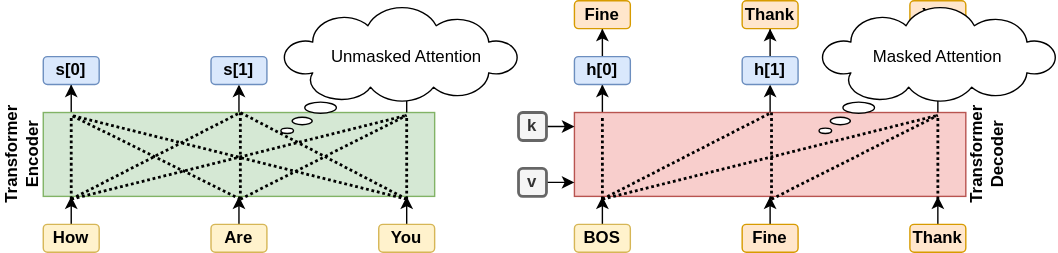
Before: masked_attention.svg, a diagram exported from draw.io (yyhtbs-yye/course_images). Source tidied: cells renumbered, new cells last; positions are measured from the earlier drawing's top-left corner, leaving out a move shared by most shapes. Source of this version:
```xml
<mxGraphModel>
  <root>
    <mxCell id="0" />
    <mxCell id="1" parent="0" />
    <mxCell id="2" style="edgeStyle=orthogonalEdgeStyle;rounded=0;jettySize=auto;html=1;" parent="1" edge="1" target="6">
      <mxGeometry relative="1" as="geometry">
        <mxPoint x="50" y="80" as="sourcePoint" />
      </mxGeometry>
    </mxCell>
    <mxCell id="3" style="edgeStyle=orthogonalEdgeStyle;rounded=0;jettySize=auto;html=1;entryX=0.5;entryY=1;entryDx=0;entryDy=0;" parent="1" edge="1" target="7">
      <mxGeometry relative="1" as="geometry">
        <mxPoint x="170" y="80" as="sourcePoint" />
      </mxGeometry>
    </mxCell>
    <mxCell id="4" style="rounded=0;whiteSpace=wrap;html=1;fillColor=#d5e8d4;strokeColor=#82b366;fontStyle=1;" parent="1" vertex="1">
      <mxGeometry x="30" y="80" width="280" height="60" as="geometry" />
    </mxCell>
    <mxCell id="5" style="edgeStyle=orthogonalEdgeStyle;rounded=0;jettySize=auto;html=1;" parent="1" edge="1" target="8">
      <mxGeometry relative="1" as="geometry">
        <mxPoint x="290" y="80" as="sourcePoint" />
      </mxGeometry>
    </mxCell>
    <mxCell id="6" value="s[0]" style="rounded=1;whiteSpace=wrap;html=1;fillColor=#dae8fc;strokeColor=#6c8ebf;fontStyle=1;" parent="1" vertex="1">
      <mxGeometry x="30" y="40" width="40" height="20" as="geometry" />
    </mxCell>
    <mxCell id="7" value="s[1]" style="rounded=1;whiteSpace=wrap;html=1;fillColor=#dae8fc;strokeColor=#6c8ebf;fontStyle=1;" parent="1" vertex="1">
      <mxGeometry x="150" y="40" width="40" height="20" as="geometry" />
    </mxCell>
    <mxCell id="8" value="s[2]" style="rounded=1;whiteSpace=wrap;html=1;fillColor=#dae8fc;strokeColor=#6c8ebf;fontStyle=1;" parent="1" vertex="1">
      <mxGeometry x="270" y="40" width="40" height="20" as="geometry" />
    </mxCell>
    <mxCell id="9" style="edgeStyle=orthogonalEdgeStyle;rounded=0;jettySize=auto;html=1;" parent="1" edge="1" source="10">
      <mxGeometry relative="1" as="geometry">
        <mxPoint x="50" y="140" as="targetPoint" />
      </mxGeometry>
    </mxCell>
    <mxCell id="10" value="How" style="rounded=1;whiteSpace=wrap;html=1;fillColor=#fff2cc;strokeColor=#d6b656;fontStyle=1;" parent="1" vertex="1">
      <mxGeometry x="30" y="160" width="40" height="20" as="geometry" />
    </mxCell>
    <mxCell id="11" style="edgeStyle=orthogonalEdgeStyle;rounded=0;jettySize=auto;html=1;" parent="1" edge="1" source="12" target="4">
      <mxGeometry relative="1" as="geometry" />
    </mxCell>
    <mxCell id="12" value="Are" style="rounded=1;whiteSpace=wrap;html=1;fillColor=#fff2cc;strokeColor=#d6b656;fontStyle=1;" parent="1" vertex="1">
      <mxGeometry x="150" y="160" width="40" height="20" as="geometry" />
    </mxCell>
    <mxCell id="13" style="edgeStyle=orthogonalEdgeStyle;rounded=0;jettySize=auto;html=1;" parent="1" edge="1" source="14">
      <mxGeometry relative="1" as="geometry">
        <mxPoint x="290" y="140" as="targetPoint" />
      </mxGeometry>
    </mxCell>
    <mxCell id="14" value="You" style="rounded=1;whiteSpace=wrap;html=1;fillColor=#fff2cc;strokeColor=#d6b656;fontStyle=1;" parent="1" vertex="1">
      <mxGeometry x="270" y="160" width="40" height="20" as="geometry" />
    </mxCell>
    <mxCell id="15" style="edgeStyle=orthogonalEdgeStyle;rounded=0;jettySize=auto;html=1;" parent="1" edge="1" target="20">
      <mxGeometry relative="1" as="geometry">
        <mxPoint x="430" y="80" as="sourcePoint" />
      </mxGeometry>
    </mxCell>
    <mxCell id="16" style="edgeStyle=orthogonalEdgeStyle;rounded=0;jettySize=auto;html=1;entryX=0.5;entryY=1;entryDx=0;entryDy=0;" parent="1" edge="1" target="22">
      <mxGeometry relative="1" as="geometry">
        <mxPoint x="550" y="80" as="sourcePoint" />
      </mxGeometry>
    </mxCell>
    <mxCell id="17" style="rounded=0;whiteSpace=wrap;html=1;fillColor=#f8cecc;strokeColor=#b85450;fontStyle=1;" parent="1" vertex="1">
      <mxGeometry x="410" y="80" width="280" height="60" as="geometry" />
    </mxCell>
    <mxCell id="18" style="edgeStyle=orthogonalEdgeStyle;rounded=0;jettySize=auto;html=1;" parent="1" edge="1" target="24">
      <mxGeometry relative="1" as="geometry">
        <mxPoint x="670" y="80" as="sourcePoint" />
      </mxGeometry>
    </mxCell>
    <mxCell id="19" style="edgeStyle=orthogonalEdgeStyle;rounded=0;jettySize=auto;html=1;" parent="1" edge="1" source="20" target="31">
      <mxGeometry relative="1" as="geometry" />
    </mxCell>
    <mxCell id="20" value="h[0]" style="rounded=1;whiteSpace=wrap;html=1;fillColor=#dae8fc;strokeColor=#6c8ebf;fontStyle=1;" parent="1" vertex="1">
      <mxGeometry x="410" y="40" width="40" height="20" as="geometry" />
    </mxCell>
    <mxCell id="21" style="edgeStyle=orthogonalEdgeStyle;rounded=0;jettySize=auto;html=1;entryX=0.5;entryY=1;entryDx=0;entryDy=0;" parent="1" edge="1" source="22" target="32">
      <mxGeometry relative="1" as="geometry" />
    </mxCell>
    <mxCell id="22" value="h[1]" style="rounded=1;whiteSpace=wrap;html=1;fillColor=#dae8fc;strokeColor=#6c8ebf;fontStyle=1;" parent="1" vertex="1">
      <mxGeometry x="530" y="40" width="40" height="20" as="geometry" />
    </mxCell>
    <mxCell id="23" style="edgeStyle=orthogonalEdgeStyle;rounded=0;jettySize=auto;html=1;" parent="1" edge="1" source="24" target="33">
      <mxGeometry relative="1" as="geometry" />
    </mxCell>
    <mxCell id="24" value="h[2]" style="rounded=1;whiteSpace=wrap;html=1;fillColor=#dae8fc;strokeColor=#6c8ebf;fontStyle=1;" parent="1" vertex="1">
      <mxGeometry x="650" y="40" width="40" height="20" as="geometry" />
    </mxCell>
    <mxCell id="25" style="edgeStyle=orthogonalEdgeStyle;rounded=0;orthogonalLoop=1;jettySize=auto;html=1;" parent="1" edge="1">
      <mxGeometry relative="1" as="geometry">
        <mxPoint x="430" y="160" as="sourcePoint" />
        <mxPoint x="430" y="140" as="targetPoint" />
      </mxGeometry>
    </mxCell>
    <mxCell id="26" style="edgeStyle=orthogonalEdgeStyle;rounded=0;jettySize=auto;html=1;" parent="1" edge="1" target="17">
      <mxGeometry relative="1" as="geometry">
        <mxPoint x="550" y="160" as="sourcePoint" />
      </mxGeometry>
    </mxCell>
    <mxCell id="27" style="edgeStyle=orthogonalEdgeStyle;rounded=0;orthogonalLoop=1;jettySize=auto;html=1;" parent="1" edge="1">
      <mxGeometry relative="1" as="geometry">
        <mxPoint x="670" y="160" as="sourcePoint" />
        <mxPoint x="670" y="140" as="targetPoint" />
      </mxGeometry>
    </mxCell>
    <mxCell id="28" value="BOS" style="rounded=1;whiteSpace=wrap;html=1;fillColor=#fff2cc;strokeColor=#d6b656;fontStyle=1;" parent="1" vertex="1">
      <mxGeometry x="410" y="160" width="40" height="20" as="geometry" />
    </mxCell>
    <mxCell id="29" value="Fine" style="rounded=1;whiteSpace=wrap;html=1;fillColor=#ffe6cc;strokeColor=#d79b00;fontStyle=1;" parent="1" vertex="1">
      <mxGeometry x="530" y="160" width="40" height="20" as="geometry" />
    </mxCell>
    <mxCell id="30" value="Thank" style="rounded=1;whiteSpace=wrap;html=1;fillColor=#ffe6cc;strokeColor=#d79b00;fontStyle=1;" parent="1" vertex="1">
      <mxGeometry x="650" y="160" width="40" height="20" as="geometry" />
    </mxCell>
    <mxCell id="31" value="Fine" style="rounded=1;whiteSpace=wrap;html=1;fillColor=#ffe6cc;strokeColor=#d79b00;fontStyle=1;" parent="1" vertex="1">
      <mxGeometry x="410" width="40" height="20" as="geometry" />
    </mxCell>
    <mxCell id="32" value="Thank" style="rounded=1;whiteSpace=wrap;html=1;fillColor=#ffe6cc;strokeColor=#d79b00;fontStyle=1;" parent="1" vertex="1">
      <mxGeometry x="530" width="40" height="20" as="geometry" />
    </mxCell>
    <mxCell id="33" value="You" style="rounded=1;whiteSpace=wrap;html=1;fillColor=#ffe6cc;strokeColor=#d79b00;fontStyle=1;" parent="1" vertex="1">
      <mxGeometry x="650" width="40" height="20" as="geometry" />
    </mxCell>
    <mxCell id="34" value="Transformer Encoder" style="text;html=1;strokeColor=none;fillColor=none;align=center;verticalAlign=middle;whiteSpace=wrap;rounded=0;horizontal=0;fontStyle=1;" parent="1" vertex="1">
      <mxGeometry y="80" width="30" height="60" as="geometry" />
    </mxCell>
    <mxCell id="35" value="Transformer Decoder" style="text;html=1;strokeColor=none;fillColor=none;align=center;verticalAlign=middle;whiteSpace=wrap;rounded=0;horizontal=0;fontStyle=1;" parent="1" vertex="1">
      <mxGeometry x="690" y="80" width="30" height="60" as="geometry" />
    </mxCell>
    <mxCell id="36" style="endArrow=none;dashed=1;html=1;dashPattern=1 1;strokeWidth=2;rounded=0;" parent="1" edge="1">
      <mxGeometry relative="1" as="geometry">
        <mxPoint x="50" y="142" as="sourcePoint" />
        <mxPoint x="171" y="80" as="targetPoint" />
      </mxGeometry>
    </mxCell>
    <mxCell id="37" style="endArrow=none;dashed=1;html=1;dashPattern=1 1;strokeWidth=2;rounded=0;" parent="1" edge="1">
      <mxGeometry relative="1" as="geometry">
        <mxPoint x="290" y="142" as="sourcePoint" />
        <mxPoint x="171" y="80" as="targetPoint" />
      </mxGeometry>
    </mxCell>
    <mxCell id="38" style="endArrow=none;dashed=1;html=1;dashPattern=1 1;strokeWidth=2;rounded=0;" parent="1" edge="1">
      <mxGeometry relative="1" as="geometry">
        <mxPoint x="171" y="142" as="sourcePoint" />
        <mxPoint x="171" y="80" as="targetPoint" />
      </mxGeometry>
    </mxCell>
    <mxCell id="39" style="endArrow=none;dashed=1;html=1;dashPattern=1 1;strokeWidth=2;rounded=0;" parent="1" edge="1">
      <mxGeometry relative="1" as="geometry">
        <mxPoint x="171" y="142" as="sourcePoint" />
        <mxPoint x="50" y="82" as="targetPoint" />
      </mxGeometry>
    </mxCell>
    <mxCell id="40" style="endArrow=none;dashed=1;html=1;dashPattern=1 1;strokeWidth=2;rounded=0;" parent="1" edge="1">
      <mxGeometry relative="1" as="geometry">
        <mxPoint x="171" y="142" as="sourcePoint" />
        <mxPoint x="290" y="82" as="targetPoint" />
      </mxGeometry>
    </mxCell>
    <mxCell id="41" style="endArrow=none;dashed=1;html=1;dashPattern=1 1;strokeWidth=2;rounded=0;" parent="1" edge="1">
      <mxGeometry relative="1" as="geometry">
        <mxPoint x="290" y="142" as="sourcePoint" />
        <mxPoint x="50" y="82" as="targetPoint" />
      </mxGeometry>
    </mxCell>
    <mxCell id="42" style="endArrow=none;dashed=1;html=1;dashPattern=1 1;strokeWidth=2;rounded=0;" parent="1" edge="1">
      <mxGeometry relative="1" as="geometry">
        <mxPoint x="50" y="142" as="sourcePoint" />
        <mxPoint x="290" y="82" as="targetPoint" />
      </mxGeometry>
    </mxCell>
    <mxCell id="43" style="endArrow=none;dashed=1;html=1;dashPattern=1 1;strokeWidth=2;rounded=0;" parent="1" edge="1">
      <mxGeometry relative="1" as="geometry">
        <mxPoint x="50" y="142" as="sourcePoint" />
        <mxPoint x="50" y="82" as="targetPoint" />
      </mxGeometry>
    </mxCell>
    <mxCell id="44" style="endArrow=none;dashed=1;html=1;dashPattern=1 1;strokeWidth=2;rounded=0;" parent="1" edge="1">
      <mxGeometry relative="1" as="geometry">
        <mxPoint x="290" y="142" as="sourcePoint" />
        <mxPoint x="290" y="82" as="targetPoint" />
      </mxGeometry>
    </mxCell>
    <mxCell id="45" style="endArrow=none;dashed=1;html=1;dashPattern=1 1;strokeWidth=2;rounded=0;" parent="1" edge="1">
      <mxGeometry relative="1" as="geometry">
        <mxPoint x="430" y="142" as="sourcePoint" />
        <mxPoint x="551" y="80" as="targetPoint" />
      </mxGeometry>
    </mxCell>
    <mxCell id="46" style="endArrow=none;dashed=1;html=1;dashPattern=1 1;strokeWidth=2;rounded=0;" parent="1" edge="1">
      <mxGeometry relative="1" as="geometry">
        <mxPoint x="551" y="142" as="sourcePoint" />
        <mxPoint x="551" y="80" as="targetPoint" />
      </mxGeometry>
    </mxCell>
    <mxCell id="47" style="endArrow=none;dashed=1;html=1;dashPattern=1 1;strokeWidth=2;rounded=0;" parent="1" edge="1">
      <mxGeometry relative="1" as="geometry">
        <mxPoint x="551" y="142" as="sourcePoint" />
        <mxPoint x="670" y="82" as="targetPoint" />
      </mxGeometry>
    </mxCell>
    <mxCell id="48" style="endArrow=none;dashed=1;html=1;dashPattern=1 1;strokeWidth=2;rounded=0;" parent="1" edge="1">
      <mxGeometry relative="1" as="geometry">
        <mxPoint x="430" y="142" as="sourcePoint" />
        <mxPoint x="670" y="82" as="targetPoint" />
      </mxGeometry>
    </mxCell>
    <mxCell id="49" style="endArrow=none;dashed=1;html=1;dashPattern=1 1;strokeWidth=2;rounded=0;" parent="1" edge="1">
      <mxGeometry relative="1" as="geometry">
        <mxPoint x="430" y="142" as="sourcePoint" />
        <mxPoint x="430" y="82" as="targetPoint" />
      </mxGeometry>
    </mxCell>
    <mxCell id="50" style="endArrow=none;dashed=1;html=1;dashPattern=1 1;strokeWidth=2;rounded=0;" parent="1" edge="1">
      <mxGeometry relative="1" as="geometry">
        <mxPoint x="670" y="142" as="sourcePoint" />
        <mxPoint x="670" y="82" as="targetPoint" />
      </mxGeometry>
    </mxCell>
    <mxCell id="51" style="endArrow=classic;html=1;rounded=0;" parent="1" edge="1">
      <mxGeometry relative="1" as="geometry">
        <mxPoint x="370" y="90" as="sourcePoint" />
        <mxPoint x="410" y="90" as="targetPoint" />
      </mxGeometry>
    </mxCell>
    <mxCell id="52" style="endArrow=classic;html=1;rounded=0;" parent="1" edge="1">
      <mxGeometry relative="1" as="geometry">
        <mxPoint x="370" y="130" as="sourcePoint" />
        <mxPoint x="410" y="130" as="targetPoint" />
      </mxGeometry>
    </mxCell>
    <mxCell id="53" value="k" style="text;html=1;strokeColor=#666666;fillColor=#f5f5f5;align=center;verticalAlign=middle;whiteSpace=wrap;rounded=1;fontStyle=1;fontColor=#333333;strokeWidth=2;" parent="1" vertex="1">
      <mxGeometry x="370" y="80" width="20" height="20" as="geometry" />
    </mxCell>
    <mxCell id="54" value="v" style="text;html=1;strokeColor=#666666;fillColor=#f5f5f5;align=center;verticalAlign=middle;whiteSpace=wrap;rounded=1;fontStyle=1;fontColor=#333333;strokeWidth=2;" parent="1" vertex="1">
      <mxGeometry x="370" y="120" width="20" height="20" as="geometry" />
    </mxCell>
    <mxCell id="55" style="whiteSpace=wrap;html=1;shape=mxgraph.basic.cloud_callout;" parent="1" vertex="1">
      <mxGeometry x="200" y="5" width="170" height="90" as="geometry" />
    </mxCell>
    <mxCell id="56" style="whiteSpace=wrap;html=1;shape=mxgraph.basic.cloud_callout;" parent="1" vertex="1">
      <mxGeometry x="585" y="5" width="170" height="90" as="geometry" />
    </mxCell>
    <mxCell id="57" value="Unmasked Attention" style="text;html=1;strokeColor=none;fillColor=none;align=center;verticalAlign=middle;whiteSpace=wrap;rounded=0;" parent="1" vertex="1">
      <mxGeometry x="230" y="20" width="120" height="40" as="geometry" />
    </mxCell>
    <mxCell id="58" value="Masked Attention" style="text;html=1;strokeColor=none;fillColor=none;align=center;verticalAlign=middle;whiteSpace=wrap;rounded=0;" parent="1" vertex="1">
      <mxGeometry x="610" y="20" width="120" height="40" as="geometry" />
    </mxCell>
  </root>
</mxGraphModel>
```
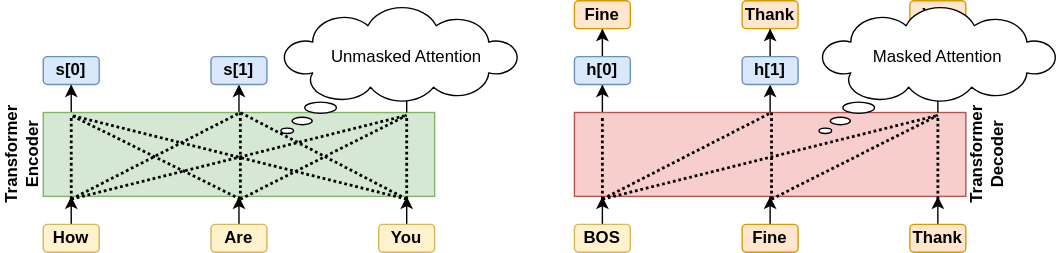
After the commit.

Change to the diagram source:
```diff
@@ -218,24 +218,6 @@
         <mxPoint x="670" y="82" as="targetPoint" />
       </mxGeometry>
     </mxCell>
-    <mxCell id="51" style="endArrow=classic;html=1;rounded=0;" parent="1" edge="1">
-      <mxGeometry relative="1" as="geometry">
-        <mxPoint x="370" y="90" as="sourcePoint" />
-        <mxPoint x="410" y="90" as="targetPoint" />
-      </mxGeometry>
-    </mxCell>
-    <mxCell id="52" style="endArrow=classic;html=1;rounded=0;" parent="1" edge="1">
-      <mxGeometry relative="1" as="geometry">
-        <mxPoint x="370" y="130" as="sourcePoint" />
-        <mxPoint x="410" y="130" as="targetPoint" />
-      </mxGeometry>
-    </mxCell>
-    <mxCell id="53" value="k" style="text;html=1;strokeColor=#666666;fillColor=#f5f5f5;align=center;verticalAlign=middle;whiteSpace=wrap;rounded=1;fontStyle=1;fontColor=#333333;strokeWidth=2;" parent="1" vertex="1">
-      <mxGeometry x="370" y="80" width="20" height="20" as="geometry" />
-    </mxCell>
-    <mxCell id="54" value="v" style="text;html=1;strokeColor=#666666;fillColor=#f5f5f5;align=center;verticalAlign=middle;whiteSpace=wrap;rounded=1;fontStyle=1;fontColor=#333333;strokeWidth=2;" parent="1" vertex="1">
-      <mxGeometry x="370" y="120" width="20" height="20" as="geometry" />
-    </mxCell>
     <mxCell id="55" style="whiteSpace=wrap;html=1;shape=mxgraph.basic.cloud_callout;" parent="1" vertex="1">
       <mxGeometry x="200" y="5" width="170" height="90" as="geometry" />
     </mxCell>
```
